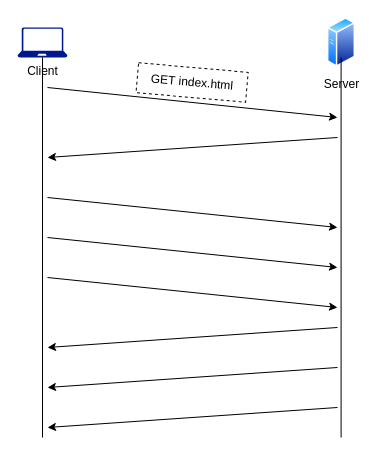
The draw.io diagram page "9.15" (15 of 20) of ch09.drawio in abunuwas/api-sec-book-imgs, before the edit. Source tidied: cells renumbered, new cells numbered last; positions are measured from the earlier drawing's top-left corner, leaving out a move shared by most shapes. Both pictures are drawn from the tidied source at 100%, with x=0, y=0 at pixel (17, 17).
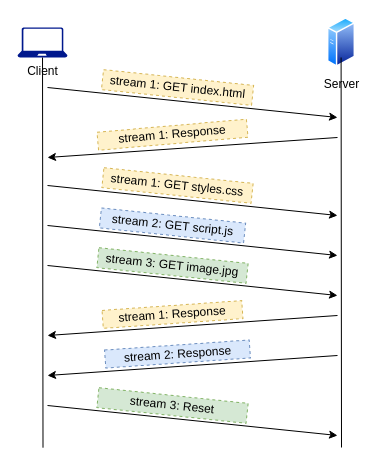
The same diagram, later.

Unchanged cells that the change refers to:
```xml
<mxCell id="2" value="Client" style="sketch=0;shadow=0;dashed=0;html=1;strokeColor=none;labelPosition=center;verticalLabelPosition=bottom;verticalAlign=top;align=center;fillColor=#00188D;shape=mxgraph.azure.laptop;" parent="1" vertex="1">
  <mxGeometry y="10" width="50" height="30" as="geometry" />
</mxCell>
```

What changed in the source:
```diff
@@
-    <mxCell id="4" style="endArrow=none;html=1;rounded=0;" parent="1" edge="1" target="2">
+    <mxCell id="4" style="endArrow=none;html=1;rounded=0;exitX=0.058;exitY=0.003;exitDx=0;exitDy=0;exitPerimeter=0;" parent="1" edge="1" target="2">
       <mxGeometry relative="1" as="geometry">
-        <mxPoint x="25" y="420" as="sourcePoint" />
+        <mxPoint x="25.5" y="430.2" as="sourcePoint" />
       </mxGeometry>
     </mxCell>
     <mxCell id="5" style="endArrow=none;html=1;rounded=0;" parent="1" edge="1">
       <mxGeometry relative="1" as="geometry">
-        <mxPoint x="323.6" y="420" as="sourcePoint" />
+        <mxPoint x="324" y="430" as="sourcePoint" />
         <mxPoint x="323.6" y="40" as="targetPoint" />
       </mxGeometry>
     </mxCell>
@@
     <mxCell id="8" style="endArrow=classic;html=1;rounded=0;" parent="1" edge="1">
       <mxGeometry relative="1" as="geometry">
-        <mxPoint x="30" y="260" as="sourcePoint" />
-        <mxPoint x="320" y="290" as="targetPoint" />
+        <mxPoint x="30" y="248" as="sourcePoint" />
+        <mxPoint x="320" y="278" as="targetPoint" />
       </mxGeometry>
     </mxCell>
     <mxCell id="9" style="endArrow=classic;html=1;rounded=0;" parent="1" edge="1">
       <mxGeometry relative="1" as="geometry">
-        <mxPoint x="30" y="220" as="sourcePoint" />
-        <mxPoint x="320" y="250" as="targetPoint" />
+        <mxPoint x="30" y="208" as="sourcePoint" />
+        <mxPoint x="320" y="238" as="targetPoint" />
       </mxGeometry>
     </mxCell>
     <mxCell id="10" style="endArrow=classic;html=1;rounded=0;" parent="1" edge="1">
       <mxGeometry relative="1" as="geometry">
-        <mxPoint x="30" y="180" as="sourcePoint" />
-        <mxPoint x="320" y="210" as="targetPoint" />
+        <mxPoint x="30" y="168" as="sourcePoint" />
+        <mxPoint x="320" y="198" as="targetPoint" />
       </mxGeometry>
     </mxCell>
-    <mxCell id="11" style="endArrow=classic;html=1;rounded=0;" parent="1" edge="1">
-      <mxGeometry relative="1" as="geometry">
-        <mxPoint x="320" y="390" as="sourcePoint" />
-        <mxPoint x="30" y="410" as="targetPoint" />
-      </mxGeometry>
-    </mxCell>
     <mxCell id="12" style="endArrow=classic;html=1;rounded=0;" parent="1" edge="1">
       <mxGeometry relative="1" as="geometry">
-        <mxPoint x="320" y="350" as="sourcePoint" />
-        <mxPoint x="30" y="370" as="targetPoint" />
+        <mxPoint x="320" y="338" as="sourcePoint" />
+        <mxPoint x="30" y="358" as="targetPoint" />
       </mxGeometry>
     </mxCell>
     <mxCell id="13" style="endArrow=classic;html=1;rounded=0;" parent="1" edge="1">
       <mxGeometry relative="1" as="geometry">
-        <mxPoint x="320" y="310" as="sourcePoint" />
-        <mxPoint x="30" y="330" as="targetPoint" />
+        <mxPoint x="320" y="298" as="sourcePoint" />
+        <mxPoint x="30" y="318" as="targetPoint" />
       </mxGeometry>
     </mxCell>
-    <mxCell id="14" value="GET index.html" style="text;html=1;align=center;verticalAlign=middle;whiteSpace=wrap;rounded=0;rotation=5;strokeColor=default;dashed=1;" parent="1" vertex="1">
-      <mxGeometry x="119.6" y="50" width="110" height="30" as="geometry" />
+    <mxCell id="14" value="stream 1: GET index.html" style="text;html=1;align=center;verticalAlign=middle;whiteSpace=wrap;rounded=0;rotation=6;strokeColor=#d6b656;dashed=1;fillColor=#fff2cc;" parent="1" vertex="1">
+      <mxGeometry x="84.6" y="60" width="150.9" height="20" as="geometry" />
     </mxCell>
+    <mxCell id="15" value="stream 1: Response" style="text;html=1;align=center;verticalAlign=middle;whiteSpace=wrap;rounded=0;rotation=355;strokeColor=#d6b656;dashed=1;fillColor=#fff2cc;" parent="1" vertex="1">
+      <mxGeometry x="80" y="108.2" width="150" height="18" as="geometry" />
+    </mxCell>
+    <mxCell id="16" value="stream 1: GET styles.css" style="text;html=1;align=center;verticalAlign=middle;whiteSpace=wrap;rounded=0;rotation=6;strokeColor=#d6b656;dashed=1;fillColor=#fff2cc;" parent="1" vertex="1">
+      <mxGeometry x="85" y="158" width="150" height="20" as="geometry" />
+    </mxCell>
+    <mxCell id="17" value="stream 2: GET script.js" style="text;html=1;align=center;verticalAlign=middle;whiteSpace=wrap;rounded=0;rotation=6;strokeColor=#6c8ebf;dashed=1;fillColor=#dae8fc;" parent="1" vertex="1">
+      <mxGeometry x="82.5" y="198" width="145" height="20" as="geometry" />
+    </mxCell>
+    <mxCell id="18" value="stream 3: GET image.jpg" style="text;html=1;align=center;verticalAlign=middle;whiteSpace=wrap;rounded=0;rotation=6;strokeColor=#82b366;dashed=1;fillColor=#d5e8d4;" parent="1" vertex="1">
+      <mxGeometry x="80" y="238" width="150" height="20" as="geometry" />
+    </mxCell>
+    <mxCell id="19" value="stream 1: Response" style="text;html=1;align=center;verticalAlign=middle;whiteSpace=wrap;rounded=0;rotation=356;strokeColor=#d6b656;dashed=1;fillColor=#fff2cc;" parent="1" vertex="1">
+      <mxGeometry x="85" y="288" width="140" height="18" as="geometry" />
+    </mxCell>
+    <mxCell id="20" value="stream 2: Response" style="text;html=1;align=center;verticalAlign=middle;whiteSpace=wrap;rounded=0;rotation=356;strokeColor=#6c8ebf;dashed=1;fillColor=#dae8fc;" parent="1" vertex="1">
+      <mxGeometry x="87.5" y="327.5" width="145" height="18" as="geometry" />
+    </mxCell>
+    <mxCell id="21" style="endArrow=classic;html=1;rounded=0;" parent="1" edge="1">
+      <mxGeometry relative="1" as="geometry">
+        <mxPoint x="30" y="388" as="sourcePoint" />
+        <mxPoint x="320" y="418" as="targetPoint" />
+      </mxGeometry>
+    </mxCell>
+    <mxCell id="22" value="stream 3: Reset" style="text;html=1;align=center;verticalAlign=middle;whiteSpace=wrap;rounded=0;rotation=6;strokeColor=#82b366;dashed=1;fillColor=#d5e8d4;" parent="1" vertex="1">
+      <mxGeometry x="80" y="378" width="150" height="20" as="geometry" />
+    </mxCell>
```
